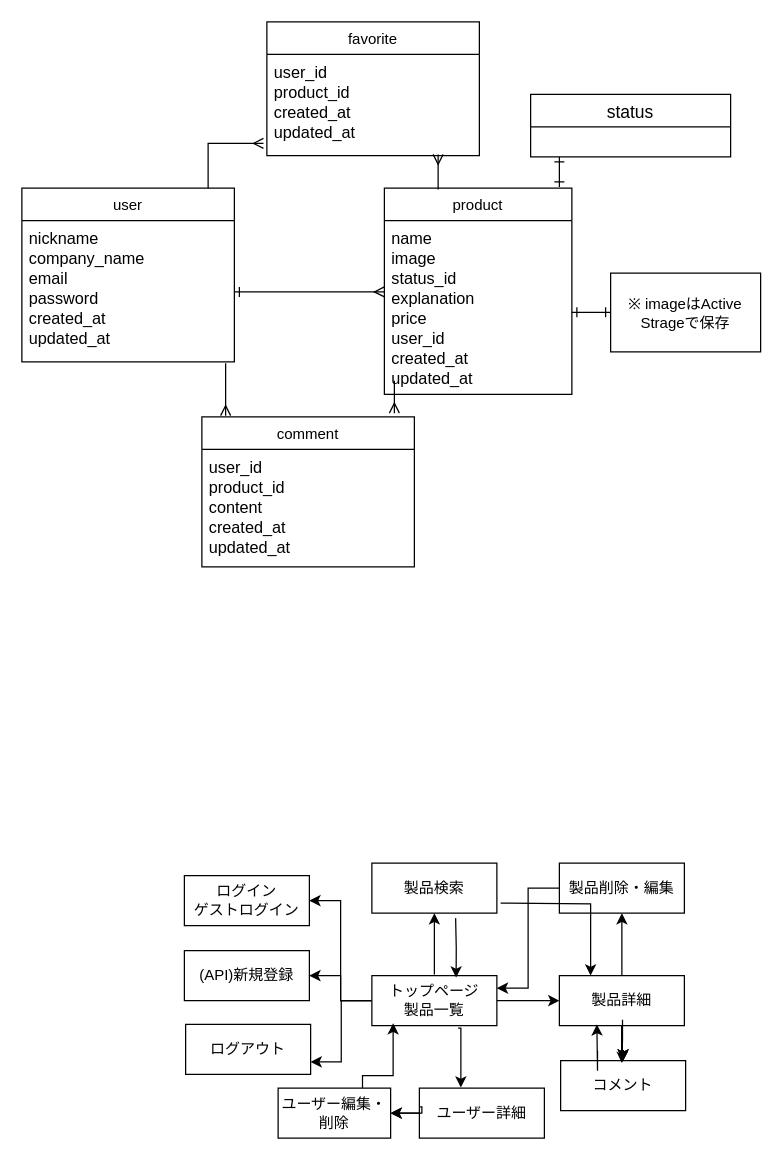
shuhei1018/B-products keeps this draw.io diagram as ER.dio. Above is the earlier version. Source tidied: cells renumbered, new cells numbered last; positions are measured from the earlier drawing's top-left corner, leaving out a move shared by most shapes. Both pictures are drawn from the tidied source at 125%, with x=0, y=0 at pixel (21, 21).
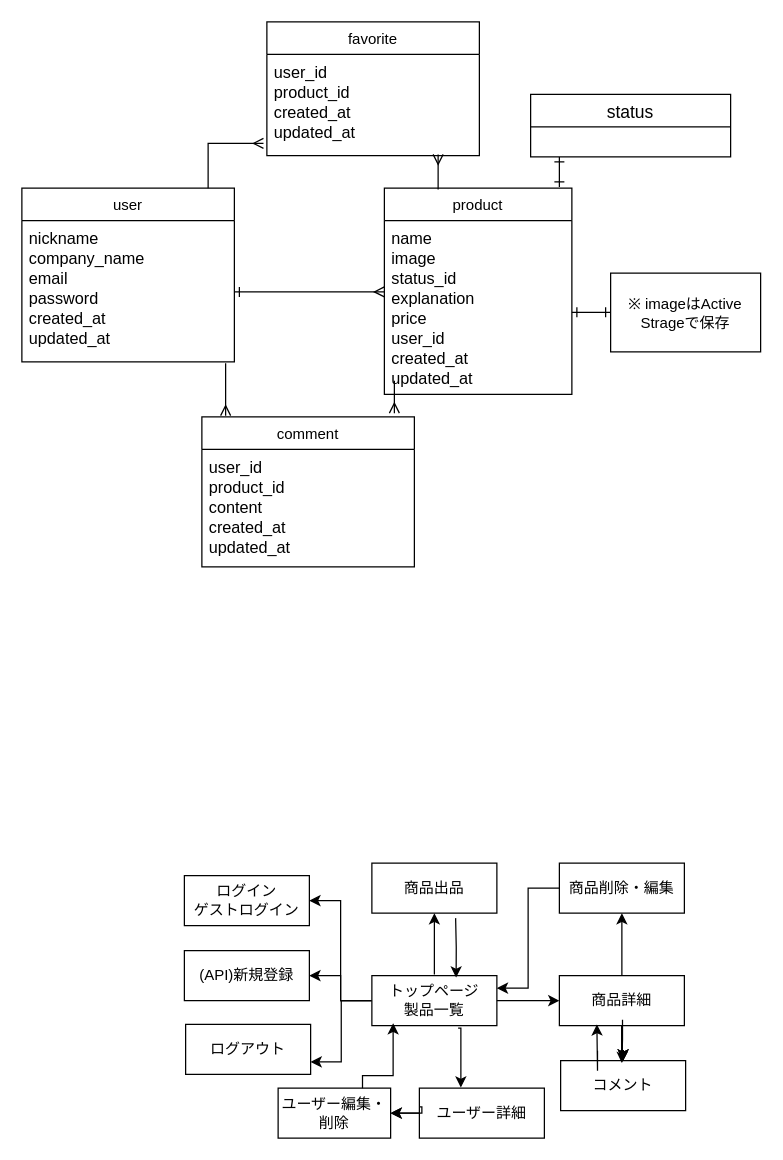
Above is the later version.

Change to the diagram source:
```diff
@@
-    <mxCell id="7" value="製品検索" style="whiteSpace=wrap;html=1;align=center;" parent="1" vertex="1">
+    <mxCell id="7" value="商品出品" style="whiteSpace=wrap;html=1;align=center;" parent="1" vertex="1">
       <mxGeometry x="280" y="673" width="100" height="40" as="geometry" />
     </mxCell>
-    <mxCell id="8" value="製品削除・編集" style="whiteSpace=wrap;html=1;align=center;" parent="1" vertex="1">
+    <mxCell id="8" value="商品削除・編集" style="whiteSpace=wrap;html=1;align=center;" parent="1" vertex="1">
       <mxGeometry x="430" y="673" width="100" height="40" as="geometry" />
     </mxCell>
@@
-    <mxCell id="14" value="製品詳細" style="whiteSpace=wrap;html=1;align=center;" parent="1" vertex="1">
+    <mxCell id="14" value="商品詳細" style="whiteSpace=wrap;html=1;align=center;" parent="1" vertex="1">
       <mxGeometry x="430" y="763" width="100" height="40" as="geometry" />
     </mxCell>
@@
-    <mxCell id="46" style="edgeStyle=orthogonalEdgeStyle;rounded=0;jettySize=auto;html=1;startArrow=none;startFill=0;endArrow=classic;endFill=1;entryX=0.25;entryY=0;entryDx=0;entryDy=0;" parent="1" edge="1" target="14">
-      <mxGeometry relative="1" as="geometry">
-        <mxPoint x="383" y="705" as="sourcePoint" />
-      </mxGeometry>
-    </mxCell>
```
